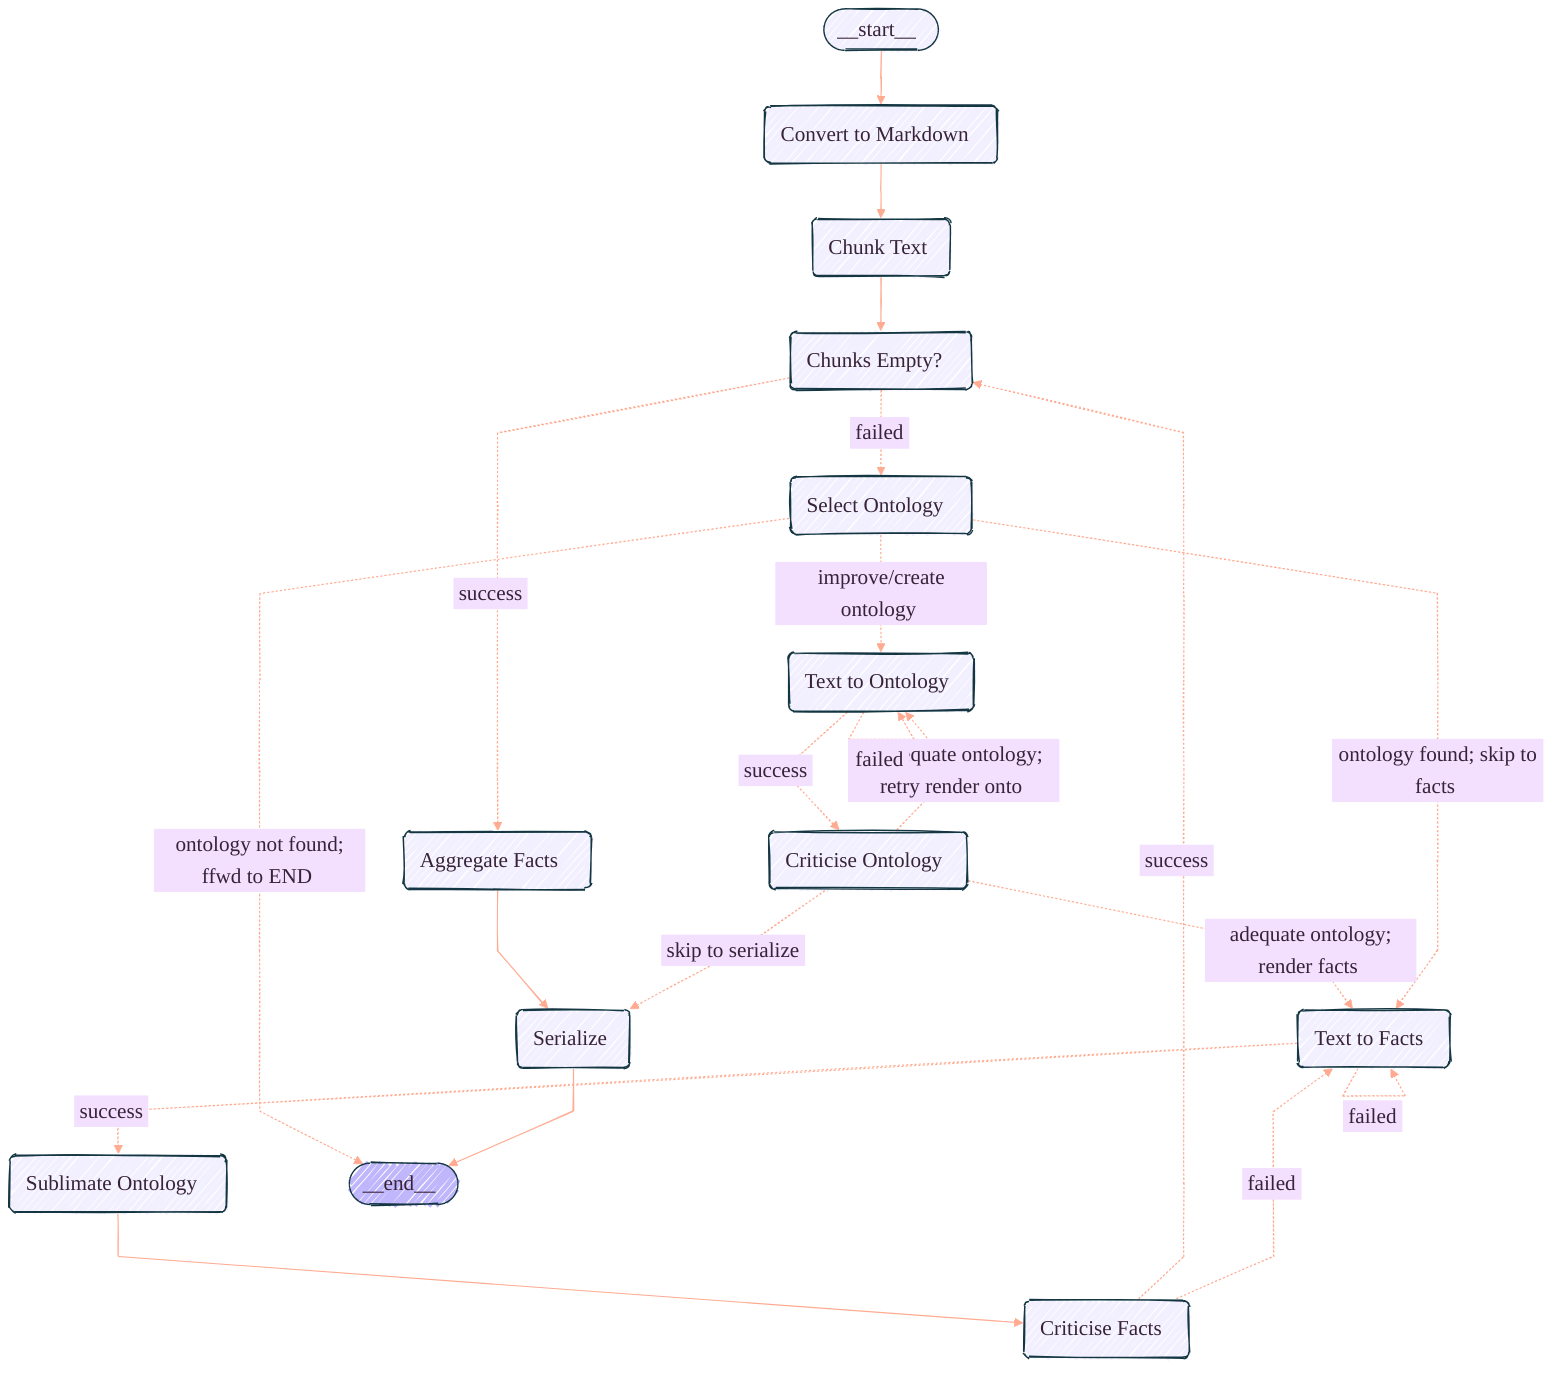
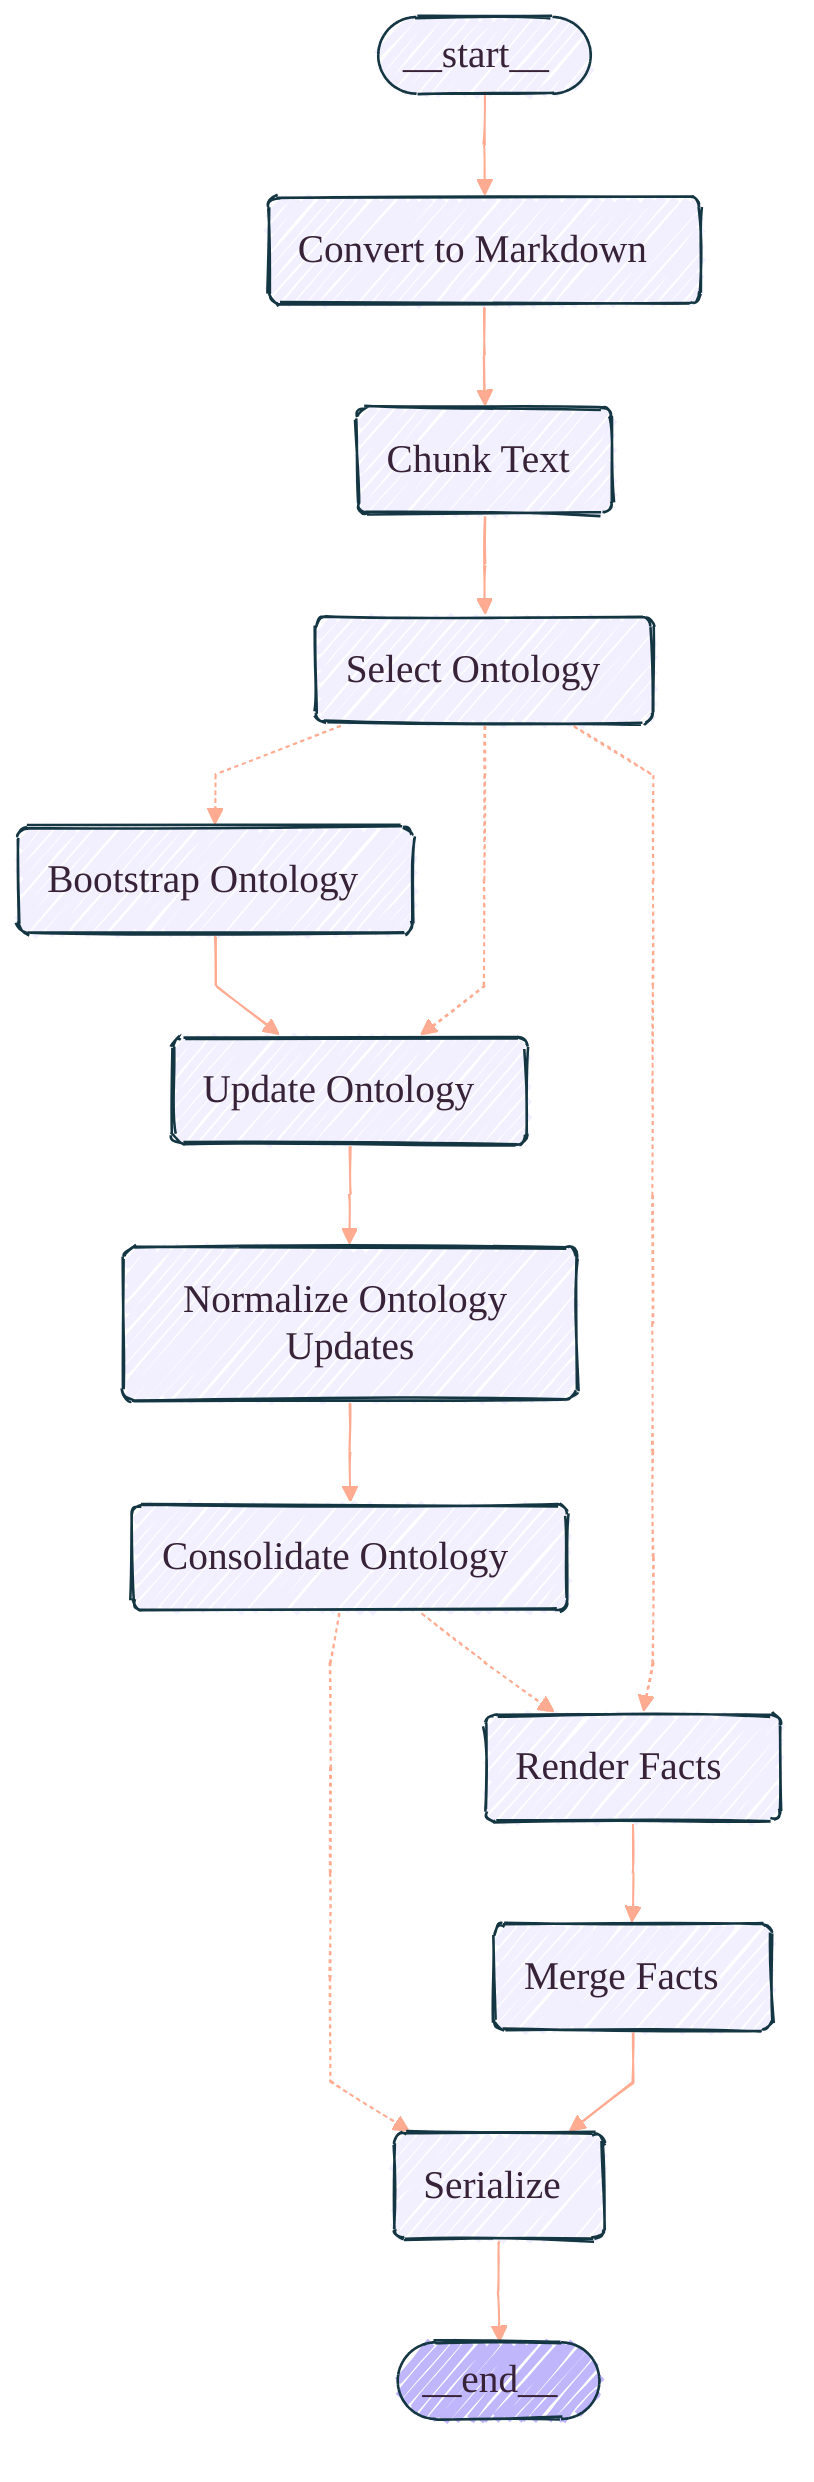
---
config:
  flowchart:
    curve: linear
    htmlLabels: true
    useMaxWidth: true
  look: handDrawn
  theme: base
  themeVariables:
    fontFamily: '''Architects Daughter'', cursive'
    fontSize: 20px
    lineColor: '#FFAB91'
    primaryBorderColor: '#143642'
    primaryColor: '#FFF3E0'
    primaryTextColor: '#372237'
---
graph TD;
	__start__([<p>__start__</p>]):::first
	Convert\20to\20Markdown(Convert to Markdown)
	Chunk\20Text(Chunk Text)
	Select\20Ontology(Select Ontology)
- 	Text\20to\20Ontology(Text to Ontology)
- 	Text\20to\20Facts(Text to Facts)
- 	Sublimate\20Ontology(Sublimate Ontology)
- 	Criticise\20Ontology(Criticise Ontology)
- 	Criticise\20Facts(Criticise Facts)
- 	Chunks\20Empty\3f(Chunks Empty?)
- 	Aggregate\20Facts(Aggregate Facts)
+ 	Bootstrap\20Ontology(Bootstrap Ontology)
+ 	Update\20Ontology(Update Ontology)
+ 	Normalize\20Ontology\20Updates(Normalize Ontology Updates)
+ 	Consolidate\20Ontology(Consolidate Ontology)
+ 	Render\20Facts(Render Facts)
+ 	Merge\20Facts(Merge Facts)
	Serialize(Serialize)
	__end__([<p>__end__</p>]):::last
- 	Aggregate\20Facts --> Serialize;
- 	Chunk\20Text --> Chunks\20Empty\3f;
- 	Chunks\20Empty\3f -. &nbsp;success&nbsp; .-> Aggregate\20Facts;
- 	Chunks\20Empty\3f -. &nbsp;failed&nbsp; .-> Select\20Ontology;
+ 	Bootstrap\20Ontology --> Update\20Ontology;
+ 	Chunk\20Text --> Select\20Ontology;
+ 	Consolidate\20Ontology -.-> Render\20Facts;
+ 	Consolidate\20Ontology -.-> Serialize;
	Convert\20to\20Markdown --> Chunk\20Text;
- 	Criticise\20Facts -. &nbsp;success&nbsp; .-> Chunks\20Empty\3f;
- 	Criticise\20Facts -. &nbsp;failed&nbsp; .-> Text\20to\20Facts;
- 	Criticise\20Ontology -. &nbsp;skip to serialize&nbsp; .-> Serialize;
- 	Criticise\20Ontology -. &nbsp;adequate ontology; render facts&nbsp; .-> Text\20to\20Facts;
- 	Criticise\20Ontology -. &nbsp;inadequate ontology; retry render onto&nbsp; .-> Text\20to\20Ontology;
- 	Select\20Ontology -. &nbsp;ontology found; skip to facts&nbsp; .-> Text\20to\20Facts;
- 	Select\20Ontology -. &nbsp;improve/create ontology&nbsp; .-> Text\20to\20Ontology;
- 	Select\20Ontology -. &nbsp;ontology not found; ffwd to END&nbsp; .-> __end__;
- 	Sublimate\20Ontology --> Criticise\20Facts;
- 	Text\20to\20Facts -. &nbsp;success&nbsp; .-> Sublimate\20Ontology;
- 	Text\20to\20Ontology -. &nbsp;success&nbsp; .-> Criticise\20Ontology;
+ 	Merge\20Facts --> Serialize;
+ 	Normalize\20Ontology\20Updates --> Consolidate\20Ontology;
+ 	Render\20Facts --> Merge\20Facts;
+ 	Select\20Ontology -.-> Bootstrap\20Ontology;
+ 	Select\20Ontology -.-> Render\20Facts;
+ 	Select\20Ontology -.-> Update\20Ontology;
+ 	Update\20Ontology --> Normalize\20Ontology\20Updates;
	__start__ --> Convert\20to\20Markdown;
	Serialize --> __end__;
- 	Text\20to\20Facts -. &nbsp;failed&nbsp; .-> Text\20to\20Facts;
- 	Text\20to\20Ontology -. &nbsp;failed&nbsp; .-> Text\20to\20Ontology;
	classDef default fill:#f2f0ff,line-height:1.2
	classDef first fill-opacity:0
	classDef last fill:#bfb6fc
